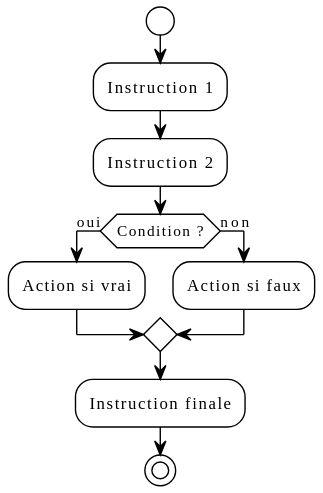
Before: 03-autres-ressources/01-templates/contenu-du-cours/images/diagram.svg, a diagram exported from PlantUML (heig-vd-progim-course/heig-vd-progim2-course).
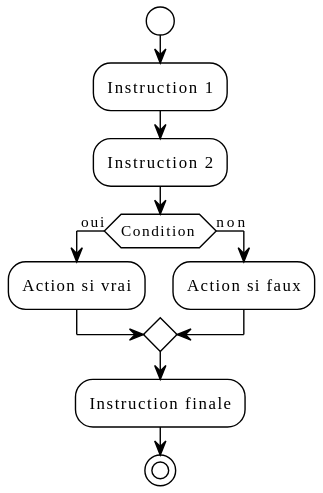
The same file after the commit.

The edit, as a diff of the source:
```diff
@@ -5,7 +5,7 @@
 start
 :Instruction 1;
 :Instruction 2;
-if (Condition ?) then (oui)
+if (Condition ) then (oui)
   :Action si vrai;
 else (non)
   :Action si faux;
```
